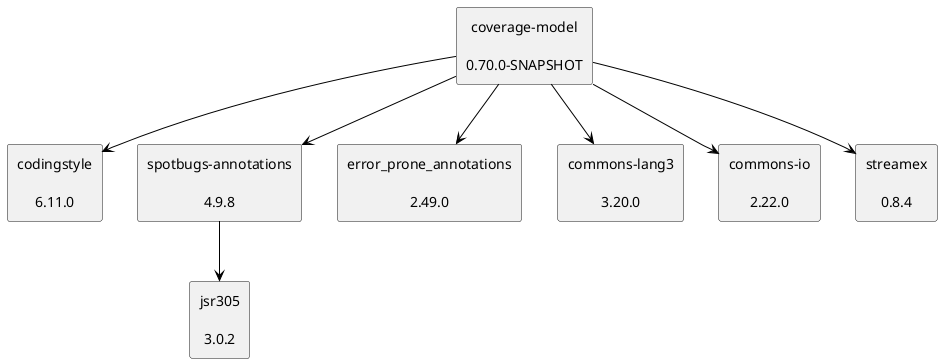
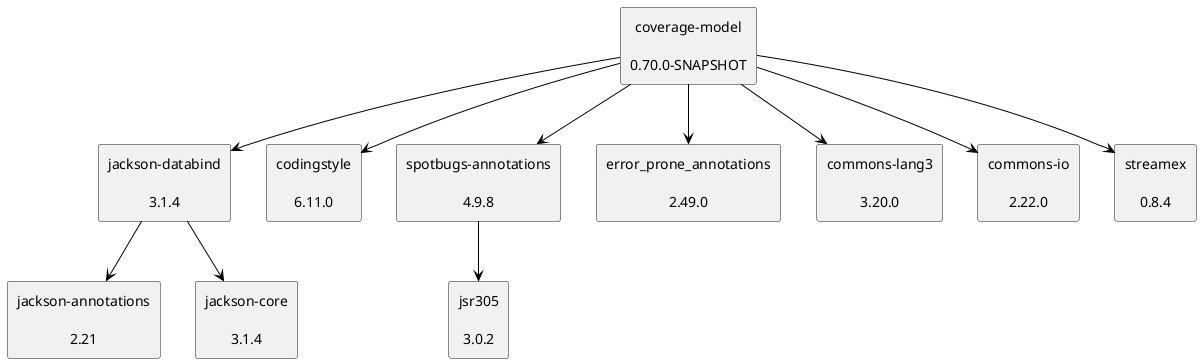
@startuml
skinparam defaultTextAlignment center
skinparam rectangle {
  BackgroundColor<<optional>> beige
  BackgroundColor<<test>> lightGreen
  BackgroundColor<<runtime>> lightBlue
  BackgroundColor<<provided>> lightGray
}
+ rectangle "jackson-databind\n\n3.1.4" as tools_jackson_core_jackson_databind_jar
+ rectangle "jackson-annotations\n\n2.21" as com_fasterxml_jackson_core_jackson_annotations_jar
+ rectangle "jackson-core\n\n3.1.4" as tools_jackson_core_jackson_core_jar
rectangle "coverage-model\n\n0.70.0-SNAPSHOT" as edu_hm_hafner_coverage_model_jar
rectangle "codingstyle\n\n6.11.0" as edu_hm_hafner_codingstyle_jar
rectangle "spotbugs-annotations\n\n4.9.8" as com_github_spotbugs_spotbugs_annotations_jar
rectangle "jsr305\n\n3.0.2" as com_google_code_findbugs_jsr305_jar
rectangle "error_prone_annotations\n\n2.49.0" as com_google_errorprone_error_prone_annotations_jar
rectangle "commons-lang3\n\n3.20.0" as org_apache_commons_commons_lang3_jar
rectangle "commons-io\n\n2.22.0" as commons_io_commons_io_jar
rectangle "streamex\n\n0.8.4" as one_util_streamex_jar
+ tools_jackson_core_jackson_databind_jar -[#000000]-> com_fasterxml_jackson_core_jackson_annotations_jar
+ tools_jackson_core_jackson_databind_jar -[#000000]-> tools_jackson_core_jackson_core_jar
+ edu_hm_hafner_coverage_model_jar -[#000000]-> tools_jackson_core_jackson_databind_jar
edu_hm_hafner_coverage_model_jar -[#000000]-> edu_hm_hafner_codingstyle_jar
com_github_spotbugs_spotbugs_annotations_jar -[#000000]-> com_google_code_findbugs_jsr305_jar
edu_hm_hafner_coverage_model_jar -[#000000]-> com_github_spotbugs_spotbugs_annotations_jar
edu_hm_hafner_coverage_model_jar -[#000000]-> com_google_errorprone_error_prone_annotations_jar
edu_hm_hafner_coverage_model_jar -[#000000]-> org_apache_commons_commons_lang3_jar
edu_hm_hafner_coverage_model_jar -[#000000]-> commons_io_commons_io_jar
edu_hm_hafner_coverage_model_jar -[#000000]-> one_util_streamex_jar
@enduml